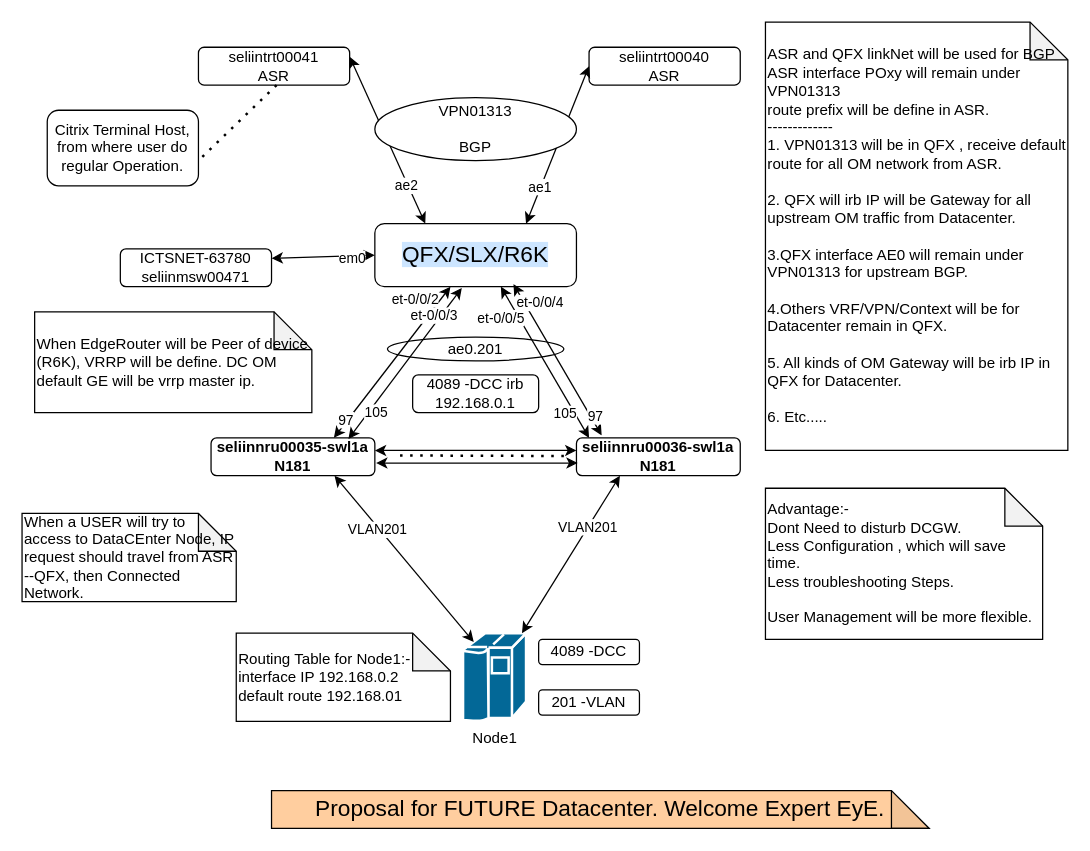
Earlier version of the draw.io diagram page "VPN01313" (3 of 4) of N99_N280EXMPLE.drawio (nabi69/python-random-quote). Source tidied: cells renumbered, new cells numbered last; positions are measured from the earlier drawing's top-left corner, leaving out a move shared by most shapes. Both pictures are drawn from the tidied source at 126%, with x=0, y=0 at pixel (21, 21).
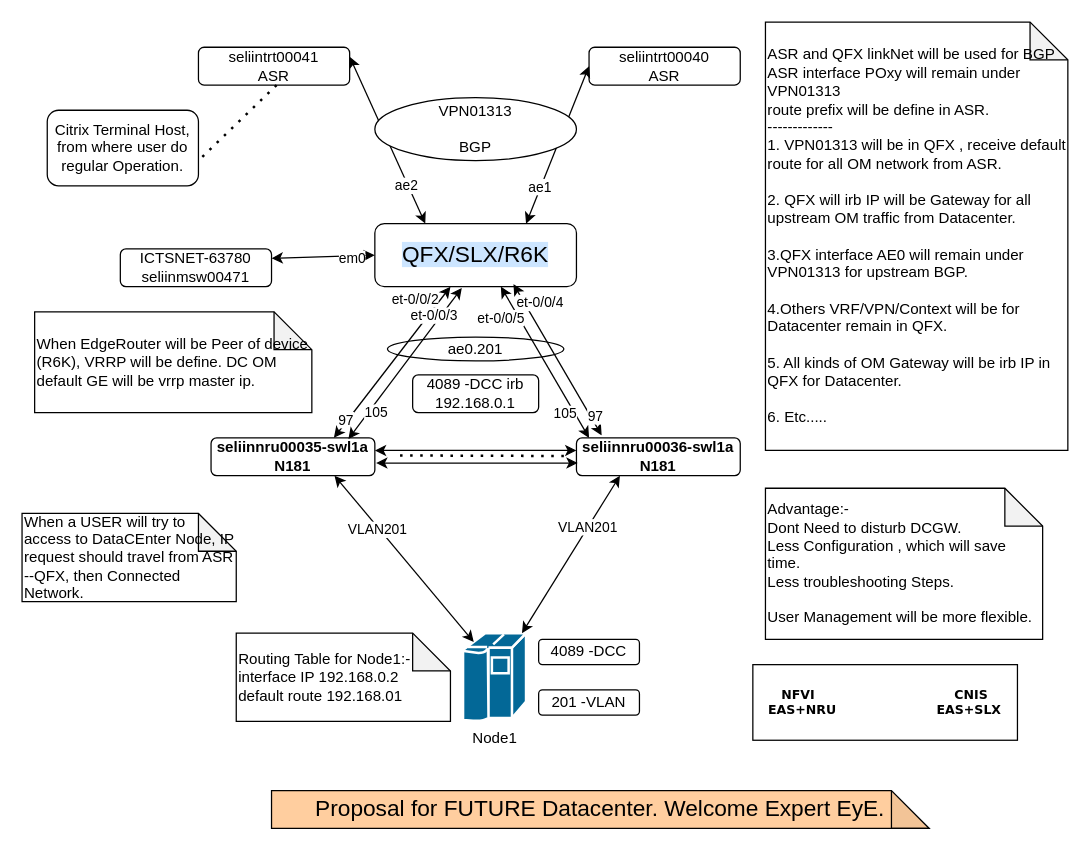
The same diagram, later.

What changed in the source:
```diff
@@
+    <mxCell id="47" value="&lt;h5 style=&quot;border-color: var(--border-color);&quot;&gt;&lt;font style=&quot;border-color: var(--border-color);&quot; face=&quot;Verdana&quot;&gt;NFVI &amp;nbsp; &amp;nbsp; &amp;nbsp; &amp;nbsp; &amp;nbsp; &amp;nbsp; &amp;nbsp; &amp;nbsp; &amp;nbsp; &amp;nbsp; &amp;nbsp; &amp;nbsp; &amp;nbsp; &amp;nbsp; &amp;nbsp; &amp;nbsp;CNIS&lt;br style=&quot;border-color: var(--border-color);&quot;&gt;&lt;/font&gt;&lt;font style=&quot;border-color: var(--border-color);&quot; face=&quot;Verdana&quot;&gt;EAS+NRU &amp;nbsp; &amp;nbsp; &amp;nbsp; &amp;nbsp; &amp;nbsp; &amp;nbsp; &amp;nbsp; &amp;nbsp; &amp;nbsp; &amp;nbsp; &amp;nbsp; EAS+SLX&lt;/font&gt;&lt;/h5&gt;" style="rounded=0;whiteSpace=wrap;html=1;" parent="1" vertex="1">
+      <mxGeometry x="580" y="510" width="210" height="60" as="geometry" />
+    </mxCell>
```
